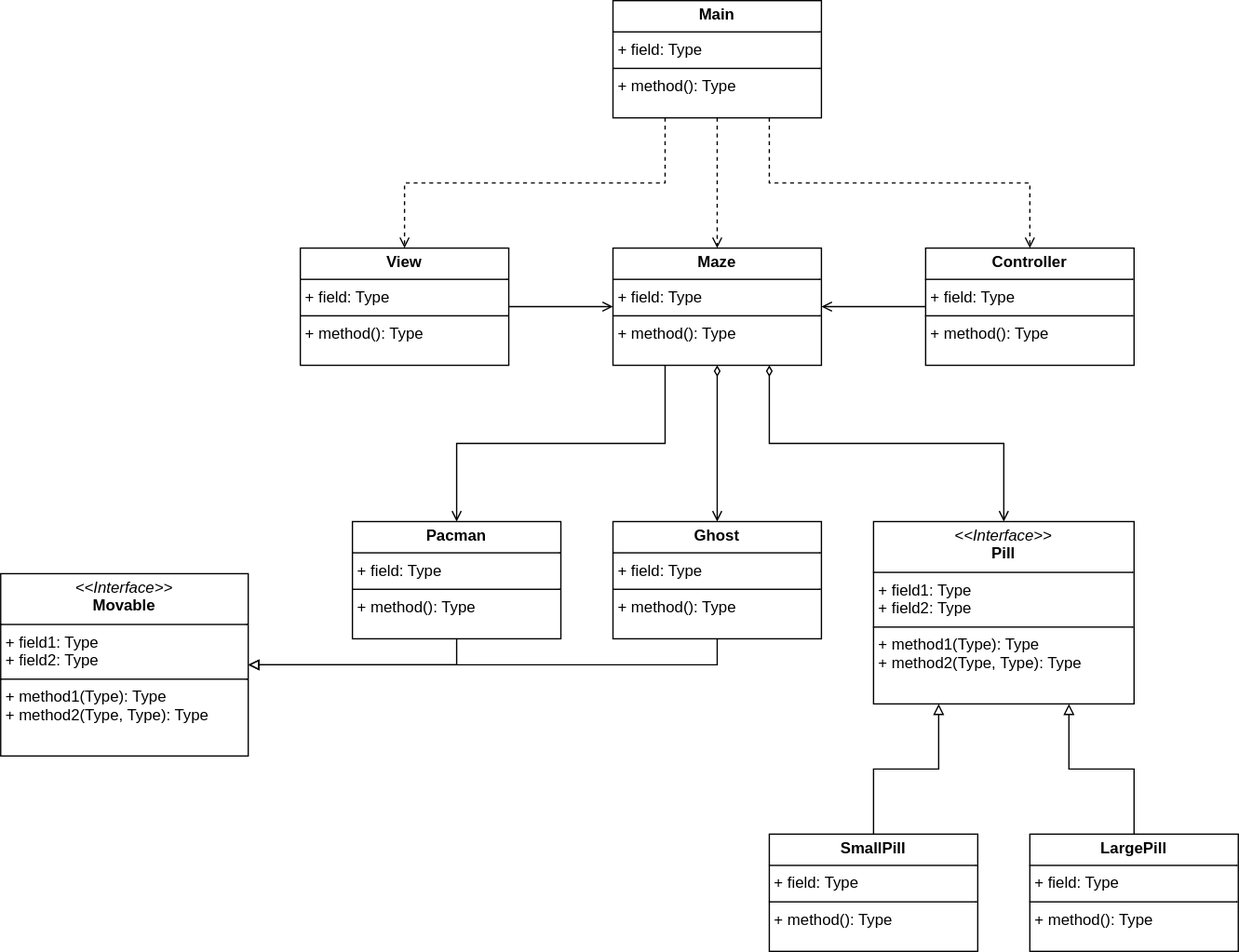
Above: UML-Diagram.drawio.svg in Bartholomew125/PacMan (draw.io), before the change. Source tidied: cells renumbered, new cells last; positions are measured from the earlier drawing's top-left corner, leaving out a move shared by most shapes.
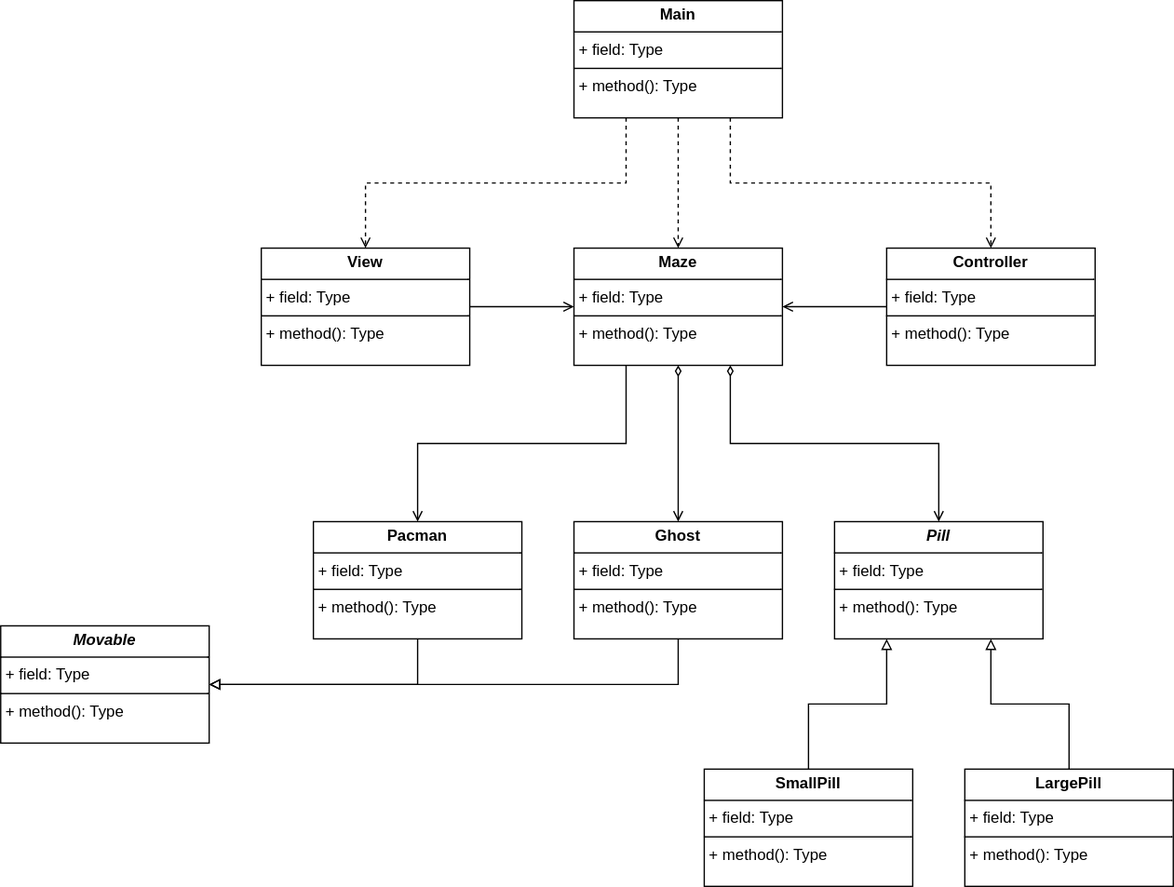
Above is the later version.

Commit message:
Changed UML diagram to match current situation

Change to the diagram source:
```diff
@@ -5,7 +5,7 @@
     <mxCell id="2" style="edgeStyle=orthogonalEdgeStyle;rounded=0;jettySize=auto;html=1;endArrow=open;endFill=0;exitX=0.25;exitY=1;exitDx=0;exitDy=0;" parent="1" edge="1" source="18" target="11">
       <mxGeometry relative="1" as="geometry" />
     </mxCell>
-    <mxCell id="3" style="edgeStyle=orthogonalEdgeStyle;rounded=0;jettySize=auto;html=1;startArrow=diamondThin;startFill=0;endArrow=open;endFill=0;exitX=0.75;exitY=1;exitDx=0;exitDy=0;" parent="1" edge="1" source="18" target="9">
+    <mxCell id="3" style="edgeStyle=orthogonalEdgeStyle;rounded=0;jettySize=auto;html=1;startArrow=diamondThin;startFill=0;endArrow=open;endFill=0;exitX=0.75;exitY=1;exitDx=0;exitDy=0;entryX=0.5;entryY=0;entryDx=0;entryDy=0;" parent="1" edge="1" source="18" target="24">
       <mxGeometry relative="1" as="geometry" />
     </mxCell>
     <mxCell id="4" style="edgeStyle=orthogonalEdgeStyle;rounded=0;jettySize=auto;html=1;exitX=0.5;exitY=1;exitDx=0;exitDy=0;endArrow=open;endFill=0;startArrow=diamondThin;startFill=0;" parent="1" edge="1" source="18" target="17">
@@ -23,31 +23,25 @@
     <mxCell id="8" style="edgeStyle=orthogonalEdgeStyle;rounded=0;jettySize=auto;html=1;exitX=0.25;exitY=1;exitDx=0;exitDy=0;dashed=1;endArrow=open;endFill=0;" parent="1" edge="1" source="22" target="21">
       <mxGeometry relative="1" as="geometry" />
     </mxCell>
-    <mxCell id="9" value="&lt;p style=&quot;margin:0px;margin-top:4px;text-align:center;&quot;&gt;&lt;i&gt;&amp;lt;&amp;lt;Interface&amp;gt;&amp;gt;&lt;/i&gt;&lt;br&gt;&lt;b&gt;Pill&lt;/b&gt;&lt;/p&gt;&lt;hr size=&quot;1&quot; style=&quot;border-style:solid;&quot;&gt;&lt;p style=&quot;margin:0px;margin-left:4px;&quot;&gt;+ field1: Type&lt;br&gt;+ field2: Type&lt;/p&gt;&lt;hr size=&quot;1&quot; style=&quot;border-style:solid;&quot;&gt;&lt;p style=&quot;margin:0px;margin-left:4px;&quot;&gt;+ method1(Type): Type&lt;br&gt;+ method2(Type, Type): Type&lt;/p&gt;" style="verticalAlign=top;align=left;overflow=fill;html=1;whiteSpace=wrap;" parent="1" vertex="1">
-      <mxGeometry x="670" y="400" width="200" height="140" as="geometry" />
-    </mxCell>
-    <mxCell id="10" style="edgeStyle=orthogonalEdgeStyle;rounded=0;jettySize=auto;html=1;entryX=1;entryY=0.5;entryDx=0;entryDy=0;exitX=0.5;exitY=1;exitDx=0;exitDy=0;endArrow=block;endFill=0;" parent="1" edge="1" source="11" target="23">
-      <mxGeometry relative="1" as="geometry" />
-    </mxCell>
     <mxCell id="11" value="&lt;p style=&quot;margin:0px;margin-top:4px;text-align:center;&quot;&gt;&lt;b&gt;Pacman&lt;/b&gt;&lt;/p&gt;&lt;hr size=&quot;1&quot; style=&quot;border-style:solid;&quot;&gt;&lt;p style=&quot;margin:0px;margin-left:4px;&quot;&gt;+ field: Type&lt;/p&gt;&lt;hr size=&quot;1&quot; style=&quot;border-style:solid;&quot;&gt;&lt;p style=&quot;margin:0px;margin-left:4px;&quot;&gt;+ method(): Type&lt;/p&gt;" style="verticalAlign=top;align=left;overflow=fill;html=1;whiteSpace=wrap;" parent="1" vertex="1">
       <mxGeometry x="270" y="400" width="160" height="90" as="geometry" />
     </mxCell>
-    <mxCell id="12" style="edgeStyle=orthogonalEdgeStyle;rounded=0;jettySize=auto;html=1;endArrow=block;endFill=0;entryX=0.25;entryY=1;entryDx=0;entryDy=0;" parent="1" edge="1" source="13" target="9">
+    <mxCell id="12" style="edgeStyle=orthogonalEdgeStyle;rounded=0;jettySize=auto;html=1;endArrow=block;endFill=0;entryX=0.25;entryY=1;entryDx=0;entryDy=0;" parent="1" edge="1" source="13" target="24">
       <mxGeometry relative="1" as="geometry" />
     </mxCell>
     <mxCell id="13" value="&lt;p style=&quot;margin:0px;margin-top:4px;text-align:center;&quot;&gt;&lt;b&gt;SmallPill&lt;/b&gt;&lt;/p&gt;&lt;hr size=&quot;1&quot; style=&quot;border-style:solid;&quot;&gt;&lt;p style=&quot;margin:0px;margin-left:4px;&quot;&gt;+ field: Type&lt;/p&gt;&lt;hr size=&quot;1&quot; style=&quot;border-style:solid;&quot;&gt;&lt;p style=&quot;margin:0px;margin-left:4px;&quot;&gt;+ method(): Type&lt;/p&gt;" style="verticalAlign=top;align=left;overflow=fill;html=1;whiteSpace=wrap;" parent="1" vertex="1">
-      <mxGeometry x="590" y="640" width="160" height="90" as="geometry" />
+      <mxGeometry x="570" y="590" width="160" height="90" as="geometry" />
     </mxCell>
-    <mxCell id="14" style="edgeStyle=orthogonalEdgeStyle;rounded=0;jettySize=auto;html=1;endArrow=block;endFill=0;entryX=0.75;entryY=1;entryDx=0;entryDy=0;" parent="1" edge="1" source="15" target="9">
+    <mxCell id="14" style="edgeStyle=orthogonalEdgeStyle;rounded=0;jettySize=auto;html=1;endArrow=block;endFill=0;entryX=0.75;entryY=1;entryDx=0;entryDy=0;" parent="1" edge="1" source="15" target="24">
       <mxGeometry relative="1" as="geometry" />
     </mxCell>
     <mxCell id="15" value="&lt;p style=&quot;margin:0px;margin-top:4px;text-align:center;&quot;&gt;&lt;b&gt;LargePill&lt;/b&gt;&lt;/p&gt;&lt;hr size=&quot;1&quot; style=&quot;border-style:solid;&quot;&gt;&lt;p style=&quot;margin:0px;margin-left:4px;&quot;&gt;+ field: Type&lt;/p&gt;&lt;hr size=&quot;1&quot; style=&quot;border-style:solid;&quot;&gt;&lt;p style=&quot;margin:0px;margin-left:4px;&quot;&gt;+ method(): Type&lt;/p&gt;" style="verticalAlign=top;align=left;overflow=fill;html=1;whiteSpace=wrap;" parent="1" vertex="1">
-      <mxGeometry x="790" y="640" width="160" height="90" as="geometry" />
+      <mxGeometry x="770" y="590" width="160" height="90" as="geometry" />
     </mxCell>
-    <mxCell id="16" style="edgeStyle=orthogonalEdgeStyle;rounded=0;jettySize=auto;html=1;entryX=1;entryY=0.5;entryDx=0;entryDy=0;exitX=0.5;exitY=1;exitDx=0;exitDy=0;jumpStyle=arc;jumpSize=6;endArrow=block;endFill=0;" parent="1" edge="1" source="17" target="23">
+    <mxCell id="16" style="edgeStyle=orthogonalEdgeStyle;rounded=0;jettySize=auto;html=1;entryX=1;entryY=0.5;entryDx=0;entryDy=0;exitX=0.5;exitY=1;exitDx=0;exitDy=0;jumpStyle=arc;jumpSize=6;endArrow=block;endFill=0;" parent="1" edge="1" source="17" target="25">
       <mxGeometry relative="1" as="geometry">
         <Array as="points">
-          <mxPoint x="550" y="510" />
+          <mxPoint x="550" y="525" />
         </Array>
       </mxGeometry>
     </mxCell>
@@ -69,8 +63,14 @@
     <mxCell id="22" value="&lt;p style=&quot;margin:0px;margin-top:4px;text-align:center;&quot;&gt;&lt;b&gt;Main&lt;/b&gt;&lt;/p&gt;&lt;hr size=&quot;1&quot; style=&quot;border-style:solid;&quot;&gt;&lt;p style=&quot;margin:0px;margin-left:4px;&quot;&gt;+ field: Type&lt;/p&gt;&lt;hr size=&quot;1&quot; style=&quot;border-style:solid;&quot;&gt;&lt;p style=&quot;margin:0px;margin-left:4px;&quot;&gt;+ method(): Type&lt;/p&gt;" style="verticalAlign=top;align=left;overflow=fill;html=1;whiteSpace=wrap;" parent="1" vertex="1">
       <mxGeometry x="470" width="160" height="90" as="geometry" />
     </mxCell>
-    <mxCell id="23" value="&lt;p style=&quot;margin:0px;margin-top:4px;text-align:center;&quot;&gt;&lt;i&gt;&amp;lt;&amp;lt;Interface&amp;gt;&amp;gt;&lt;/i&gt;&lt;br&gt;&lt;b&gt;Movable&lt;/b&gt;&lt;/p&gt;&lt;hr size=&quot;1&quot; style=&quot;border-style:solid;&quot;&gt;&lt;p style=&quot;margin:0px;margin-left:4px;&quot;&gt;+ field1: Type&lt;br&gt;+ field2: Type&lt;/p&gt;&lt;hr size=&quot;1&quot; style=&quot;border-style:solid;&quot;&gt;&lt;p style=&quot;margin:0px;margin-left:4px;&quot;&gt;+ method1(Type): Type&lt;br&gt;+ method2(Type, Type): Type&lt;/p&gt;" style="verticalAlign=top;align=left;overflow=fill;html=1;whiteSpace=wrap;" parent="1" vertex="1">
-      <mxGeometry y="440" width="190" height="140" as="geometry" />
-    </mxCell>
+    <mxCell id="24" value="&lt;p style=&quot;margin:0px;margin-top:4px;text-align:center;&quot;&gt;&lt;b&gt;&lt;i&gt;Pill&lt;/i&gt;&lt;/b&gt;&lt;/p&gt;&lt;hr size=&quot;1&quot; style=&quot;border-style:solid;&quot;&gt;&lt;p style=&quot;margin:0px;margin-left:4px;&quot;&gt;+ field: Type&lt;/p&gt;&lt;hr size=&quot;1&quot; style=&quot;border-style:solid;&quot;&gt;&lt;p style=&quot;margin:0px;margin-left:4px;&quot;&gt;+ method(): Type&lt;/p&gt;" style="verticalAlign=top;align=left;overflow=fill;html=1;whiteSpace=wrap;" parent="1" vertex="1">
+      <mxGeometry x="670" y="400" width="160" height="90" as="geometry" />
+    </mxCell>
+    <mxCell id="25" value="&lt;p style=&quot;margin:0px;margin-top:4px;text-align:center;&quot;&gt;&lt;b&gt;&lt;i&gt;Movable&lt;/i&gt;&lt;/b&gt;&lt;/p&gt;&lt;hr size=&quot;1&quot; style=&quot;border-style:solid;&quot;&gt;&lt;p style=&quot;margin:0px;margin-left:4px;&quot;&gt;+ field: Type&lt;/p&gt;&lt;hr size=&quot;1&quot; style=&quot;border-style:solid;&quot;&gt;&lt;p style=&quot;margin:0px;margin-left:4px;&quot;&gt;+ method(): Type&lt;/p&gt;" style="verticalAlign=top;align=left;overflow=fill;html=1;whiteSpace=wrap;" parent="1" vertex="1">
+      <mxGeometry x="30" y="480" width="160" height="90" as="geometry" />
+    </mxCell>
+    <mxCell id="26" style="edgeStyle=orthogonalEdgeStyle;rounded=0;jettySize=auto;html=1;entryX=1;entryY=0.5;entryDx=0;entryDy=0;exitX=0.5;exitY=1;exitDx=0;exitDy=0;endArrow=block;endFill=0;" parent="1" edge="1" source="11" target="25">
+      <mxGeometry relative="1" as="geometry" />
+    </mxCell>
   </root>
 </mxGraphModel>
```
